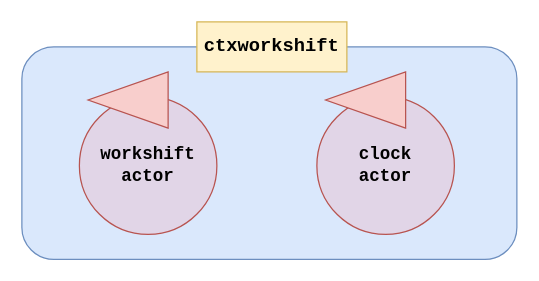
This is userDocs/img/actors.drawio from LM-96/MarchegianiLuca, a draw.io file, before an edit. Source tidied: cells renumbered, new cells numbered last; positions are measured from the earlier drawing's top-left corner, leaving out a move shared by most shapes. Both pictures are drawn from the tidied source at 125%, with x=0, y=0 at pixel (21, 21).
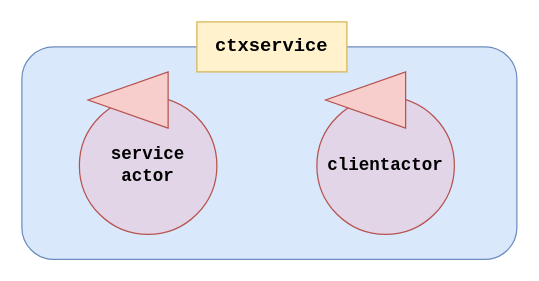
Above is the later version.

Diff of the diagram source:
```diff
@@
 <mxGraphModel>
   <root>
     <mxCell id="0" />
     <mxCell id="1" parent="0" />
     <mxCell id="2" style="rounded=1;whiteSpace=wrap;html=1;fillColor=#dae8fc;strokeColor=#6c8ebf;" parent="1" vertex="1">
       <mxGeometry y="20" width="396" height="170" as="geometry" />
     </mxCell>
-    <mxCell id="3" value="ctxworkshift" style="rounded=0;whiteSpace=wrap;html=1;fillColor=#fff2cc;fontFamily=Courier New;fontStyle=1;fontSize=15;strokeColor=#d6b656;" parent="1" vertex="1">
+    <mxCell id="3" value="ctxservice" style="rounded=0;whiteSpace=wrap;html=1;fillColor=#fff2cc;fontFamily=Courier New;fontStyle=1;fontSize=15;strokeColor=#d6b656;" parent="1" vertex="1">
       <mxGeometry x="140" width="120" height="40" as="geometry" />
     </mxCell>
-    <mxCell id="4" value="&lt;font style=&quot;font-size: 14px&quot;&gt;&lt;b&gt;workshift&lt;br&gt;actor&lt;/b&gt;&lt;/font&gt;" style="ellipse;whiteSpace=wrap;html=1;fontFamily=Courier New;fontSize=15;fillColor=#e1d5e7;strokeColor=#B85450;" parent="1" vertex="1">
+    <mxCell id="4" value="&lt;font style=&quot;font-size: 14px&quot;&gt;&lt;b&gt;service&lt;br&gt;actor&lt;/b&gt;&lt;/font&gt;" style="ellipse;whiteSpace=wrap;html=1;fontFamily=Courier New;fontSize=15;fillColor=#e1d5e7;strokeColor=#B85450;" parent="1" vertex="1">
       <mxGeometry x="46" y="60" width="110" height="110" as="geometry" />
     </mxCell>
     <mxCell id="5" style="triangle;whiteSpace=wrap;html=1;fontFamily=Courier New;fontSize=15;fillColor=#f8cecc;strokeColor=#b85450;rotation=-180;" parent="1" vertex="1">
       <mxGeometry x="53" y="40" width="64" height="45" as="geometry" />
     </mxCell>
-    <mxCell id="6" value="&lt;font style=&quot;font-size: 14px&quot;&gt;&lt;b&gt;clock&lt;br&gt;actor&lt;/b&gt;&lt;/font&gt;" style="ellipse;whiteSpace=wrap;html=1;fontFamily=Courier New;fontSize=15;fillColor=#e1d5e7;strokeColor=#B85450;" parent="1" vertex="1">
+    <mxCell id="6" value="&lt;font style=&quot;font-size: 14px&quot;&gt;&lt;b&gt;clientactor&lt;/b&gt;&lt;/font&gt;" style="ellipse;whiteSpace=wrap;html=1;fontFamily=Courier New;fontSize=15;fillColor=#e1d5e7;strokeColor=#B85450;" parent="1" vertex="1">
       <mxGeometry x="236" y="60" width="110" height="110" as="geometry" />
     </mxCell>
     <mxCell id="7" style="triangle;whiteSpace=wrap;html=1;fontFamily=Courier New;fontSize=15;fillColor=#f8cecc;strokeColor=#b85450;rotation=-180;" parent="1" vertex="1">
       <mxGeometry x="243" y="40" width="64" height="45" as="geometry" />
     </mxCell>
   </root>
 </mxGraphModel>
```
